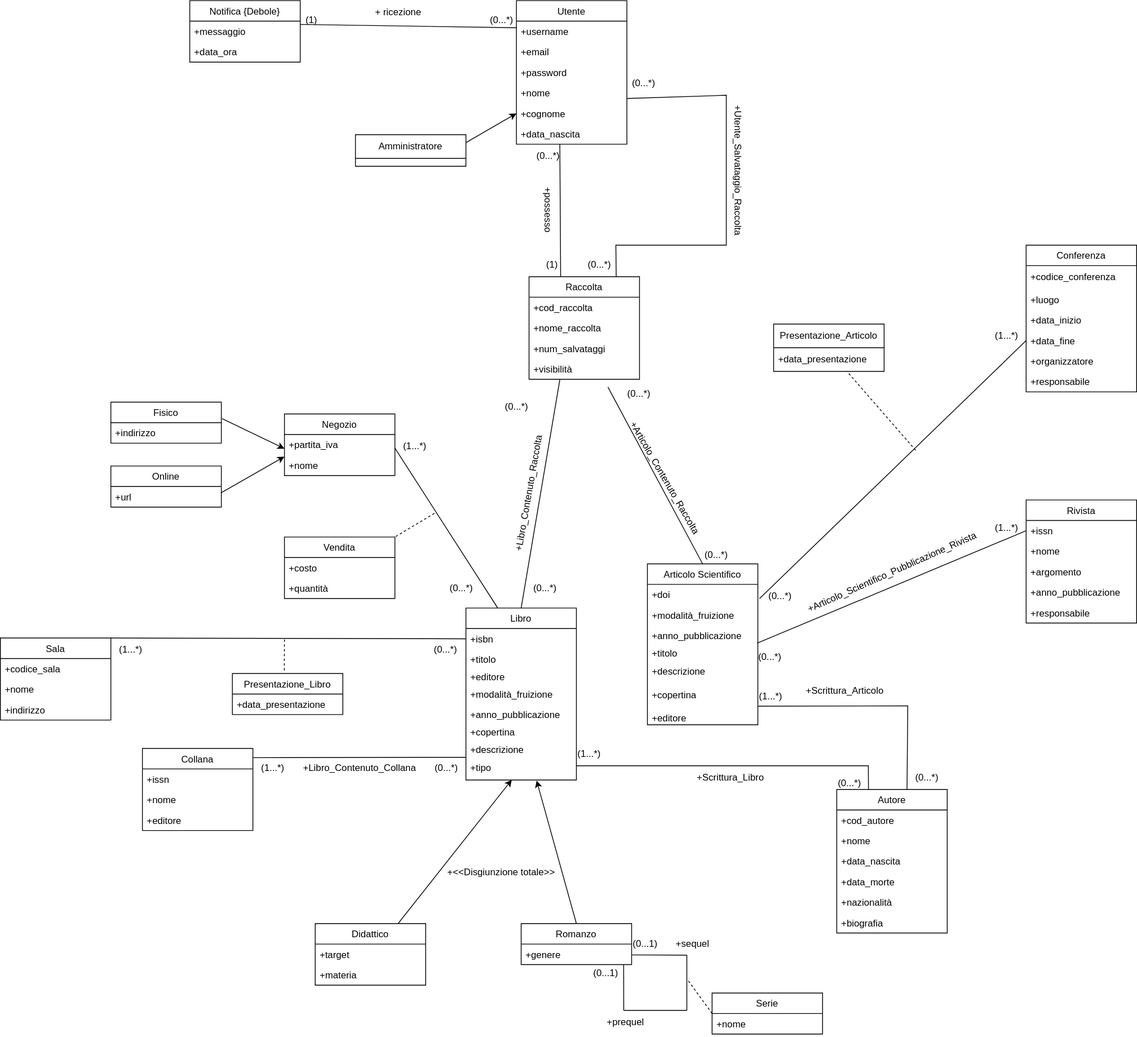
This is progettazione_concettuale/Modello_Concettuale_UML.drawio.svg from m3tt0/Progetto_OB_BASI, a draw.io export, as it was before one commit. Source tidied: cells renumbered, new cells last; positions are measured from the earlier drawing's top-left corner, leaving out a move shared by most shapes.
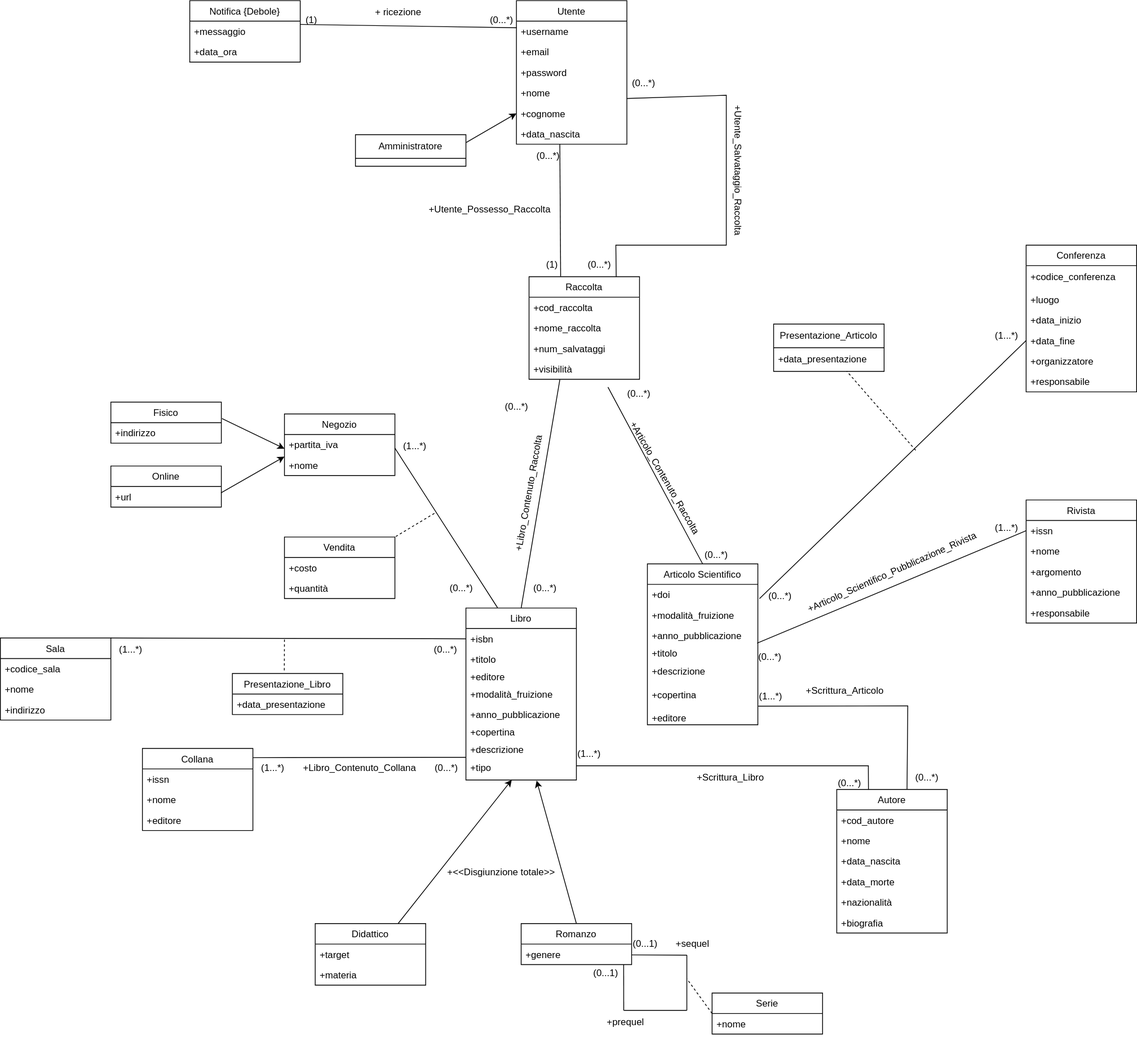
After the change.

What changed in the source:
```diff
@@ -325,8 +325,8 @@
     <mxCell id="104" value="(0...*)" style="text;html=1;align=center;verticalAlign=middle;strokeColor=none;fillColor=none;" parent="1" vertex="1">
       <mxGeometry x="669" y="182" width="50" height="30" as="geometry" />
     </mxCell>
-    <mxCell id="105" value="+possesso" style="text;html=1;align=center;verticalAlign=middle;strokeColor=none;fillColor=none;rotation=90;" parent="1" vertex="1">
-      <mxGeometry x="654" y="250" width="80" height="30" as="geometry" />
+    <mxCell id="105" value="+Utente_Possesso_Raccolta" style="text;html=1;align=center;verticalAlign=middle;strokeColor=none;fillColor=none;rotation=0;" parent="1" vertex="1">
+      <mxGeometry x="530" y="250" width="180" height="30" as="geometry" />
     </mxCell>
     <mxCell id="106" style="endArrow=none;html=1;rounded=0;entryX=0.778;entryY=-0.002;entryDx=0;entryDy=0;entryPerimeter=0;exitX=0.999;exitY=0.774;exitDx=0;exitDy=0;exitPerimeter=0;" parent="1" edge="1" source="97">
       <mxGeometry relative="1" as="geometry">
```
